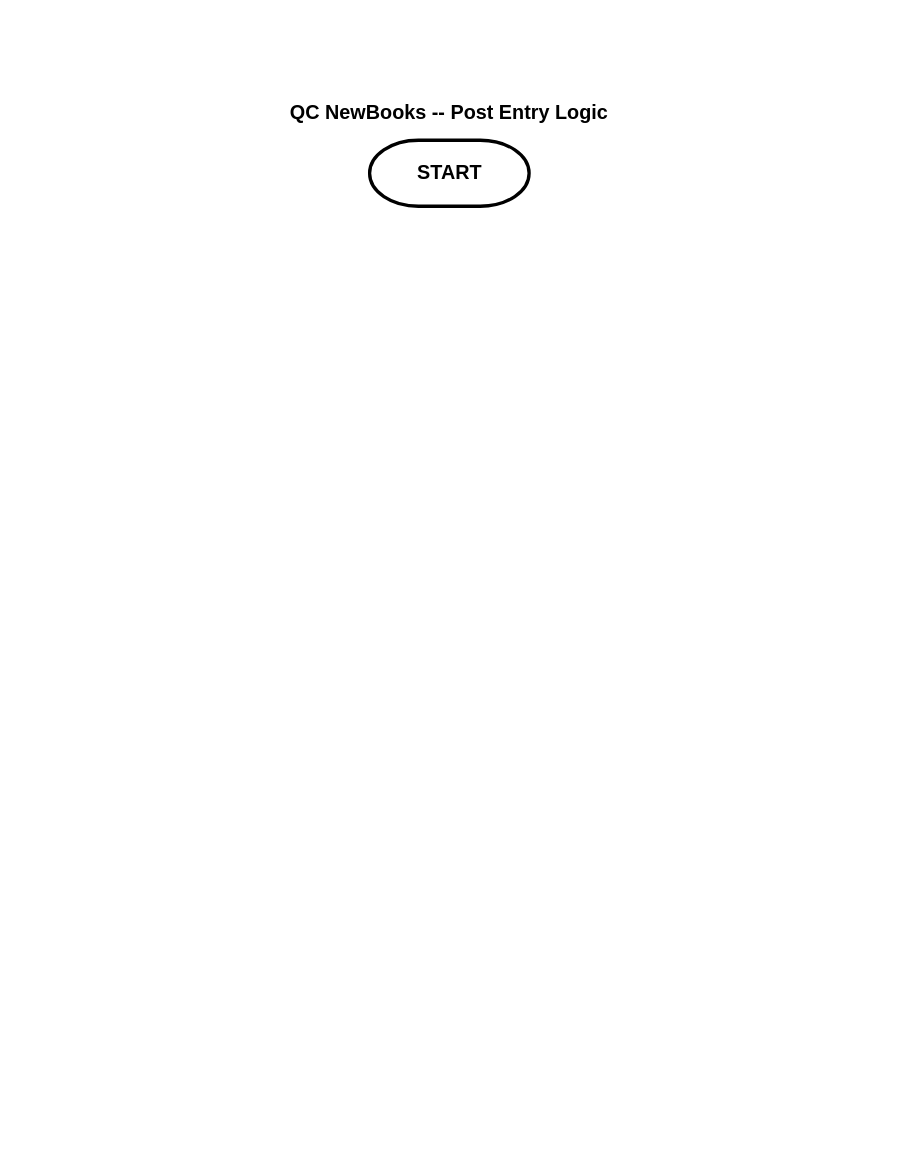
Earlier version of the draw.io diagram page "Part A - Flowchart" (1 of 2) of QC_NewBooks_Diagrams.drawio (Jen793/Practice). Source tidied: cells renumbered, new cells numbered last; positions are measured from the earlier drawing's top-left corner, leaving out a move shared by most shapes. Both pictures are drawn from the tidied source at 110%, with x=0, y=0 at pixel (185, 96).
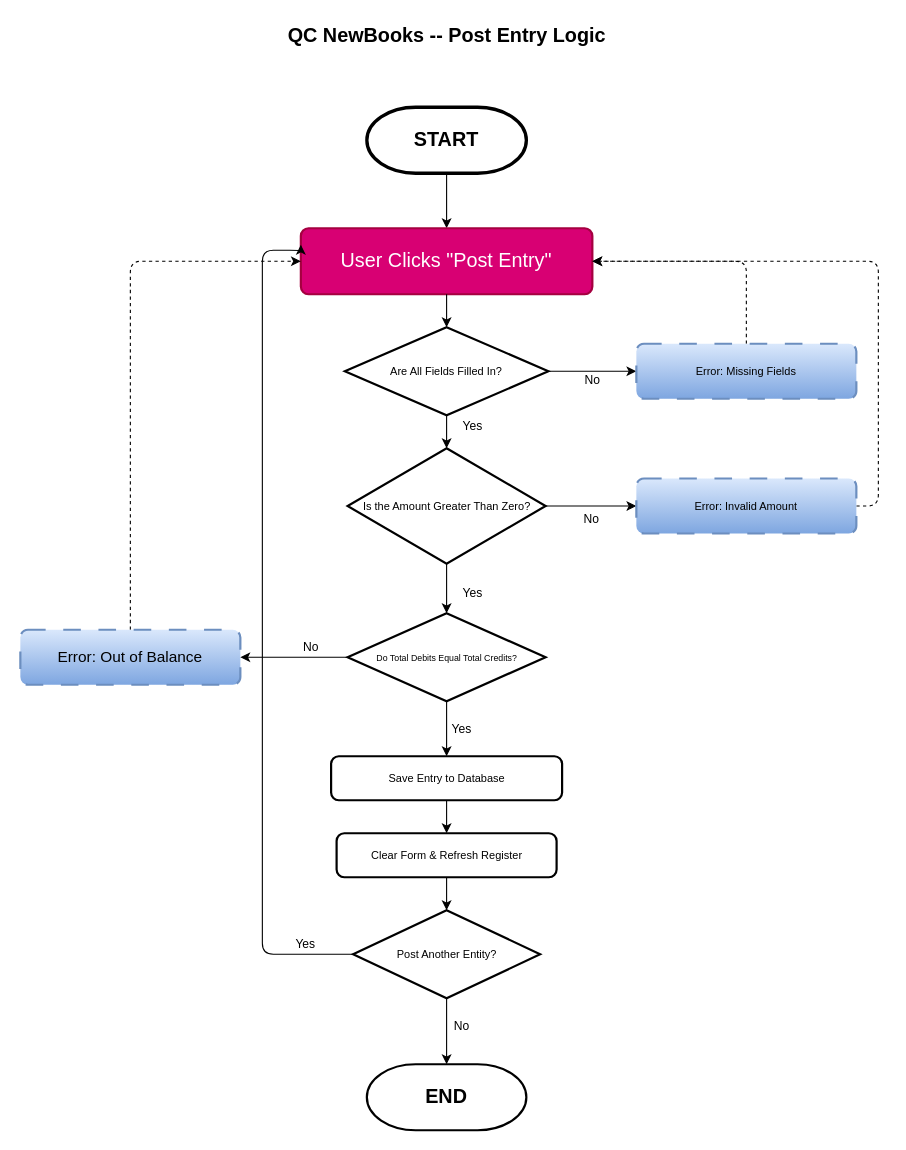
The same page after the edit.

What changed in the source:
```diff
@@
     <mxCell id="2" value="&lt;b&gt;&lt;font style=&quot;font-size: 18px;&quot;&gt;QC NewBooks -- Post Entry Logic&lt;/font&gt;&lt;/b&gt;" style="text;html=1;whiteSpace=wrap;strokeColor=none;fillColor=none;align=center;verticalAlign=middle;rounded=0;" parent="1" vertex="1">
-      <mxGeometry width="480" height="30" as="geometry" />
+      <mxGeometry x="-2.5" y="-70" width="480" height="30" as="geometry" />
     </mxCell>
+    <mxCell id="4" style="edgeStyle=orthogonalEdgeStyle;rounded=0;jettySize=auto;html=1;exitX=0.5;exitY=1;exitDx=0;exitDy=0;exitPerimeter=0;entryX=0.5;entryY=0;entryDx=0;entryDy=0;" parent="1" edge="1" source="3" target="5">
+      <mxGeometry relative="1" as="geometry" />
+    </mxCell>
     <mxCell id="3" value="&lt;b&gt;&lt;font style=&quot;font-size: 18px;&quot;&gt;START&lt;/font&gt;&lt;/b&gt;" style="strokeWidth=3;html=1;shape=mxgraph.flowchart.terminator;whiteSpace=wrap;strokeColor=default;" parent="1" vertex="1">
-      <mxGeometry x="167.5" y="40" width="145" height="60" as="geometry" />
+      <mxGeometry x="165" y="10" width="145" height="60" as="geometry" />
     </mxCell>
+    <mxCell id="5" value="&lt;font style=&quot;font-size: 18px;&quot;&gt;User Clicks &quot;Post Entry&quot;&lt;/font&gt;" style="rounded=1;whiteSpace=wrap;html=1;absoluteArcSize=1;arcSize=14;strokeWidth=2;fillColor=#d80073;fontColor=#ffffff;strokeColor=#A50040;" parent="1" vertex="1">
+      <mxGeometry x="105" y="120" width="265" height="60" as="geometry" />
+    </mxCell>
+    <mxCell id="6" style="edgeStyle=orthogonalEdgeStyle;rounded=0;jettySize=auto;html=1;exitX=1;exitY=0.5;exitDx=0;exitDy=0;exitPerimeter=0;entryX=0;entryY=0.5;entryDx=0;entryDy=0;" parent="1" edge="1" source="8" target="10">
+      <mxGeometry relative="1" as="geometry" />
+    </mxCell>
+    <mxCell id="7" value="No" style="edgeLabel;html=1;align=center;verticalAlign=middle;" parent="6" vertex="1">
+      <mxGeometry x="0.18" y="3" relative="1" as="geometry">
+        <mxPoint x="-8" y="10" as="offset" />
+      </mxGeometry>
+    </mxCell>
+    <mxCell id="8" value="&lt;font style=&quot;font-size: 10px; background-color: light-dark(#ffffff, var(--ge-dark-color, #121212));&quot;&gt;Are All Fields Filled In?&lt;/font&gt;" style="strokeWidth=2;html=1;shape=mxgraph.flowchart.decision;whiteSpace=wrap;" parent="1" vertex="1">
+      <mxGeometry x="145" y="210" width="185" height="80" as="geometry" />
+    </mxCell>
+    <mxCell id="9" style="edgeStyle=orthogonalEdgeStyle;rounded=1;jettySize=auto;html=1;exitX=0.5;exitY=0;exitDx=0;exitDy=0;entryX=1;entryY=0.5;entryDx=0;entryDy=0;dashed=1;curved=0;" parent="1" edge="1" source="10" target="5">
+      <mxGeometry relative="1" as="geometry" />
+    </mxCell>
+    <mxCell id="10" value="&lt;font style=&quot;font-size: 10px;&quot;&gt;Error: Missing Fields&lt;/font&gt;" style="rounded=1;whiteSpace=wrap;html=1;absoluteArcSize=1;arcSize=14;strokeWidth=2;dashed=1;dashPattern=8 8;fillColor=#dae8fc;strokeColor=#6c8ebf;gradientColor=#7ea6e0;" parent="1" vertex="1">
+      <mxGeometry x="410" y="225" width="200" height="50" as="geometry" />
+    </mxCell>
+    <mxCell id="11" style="edgeStyle=orthogonalEdgeStyle;rounded=0;jettySize=auto;html=1;exitX=1;exitY=0.5;exitDx=0;exitDy=0;exitPerimeter=0;entryX=0;entryY=0.5;entryDx=0;entryDy=0;" parent="1" edge="1" source="13" target="15">
+      <mxGeometry relative="1" as="geometry" />
+    </mxCell>
+    <mxCell id="12" value="No" style="edgeLabel;html=1;align=center;verticalAlign=middle;" parent="11" vertex="1">
+      <mxGeometry x="-0.19" y="2" relative="1" as="geometry">
+        <mxPoint x="8" y="13" as="offset" />
+      </mxGeometry>
+    </mxCell>
+    <mxCell id="13" value="&lt;p&gt;&lt;span style=&quot;background-color: transparent; color: light-dark(rgb(0, 0, 0), rgb(255, 255, 255));&quot;&gt;&lt;font style=&quot;font-size: 10px;&quot;&gt;Is the Amount Greater Than Zero?&lt;/font&gt;&lt;/span&gt;&lt;/p&gt;" style="strokeWidth=2;html=1;shape=mxgraph.flowchart.decision;whiteSpace=wrap;align=center;" parent="1" vertex="1">
+      <mxGeometry x="147.5" y="320" width="180" height="105" as="geometry" />
+    </mxCell>
+    <mxCell id="14" style="edgeStyle=orthogonalEdgeStyle;rounded=1;jettySize=auto;html=1;exitX=1;exitY=0.5;exitDx=0;exitDy=0;entryX=1;entryY=0.5;entryDx=0;entryDy=0;dashed=1;curved=0;" parent="1" edge="1" source="15" target="5">
+      <mxGeometry relative="1" as="geometry" />
+    </mxCell>
+    <mxCell id="15" value="&lt;font style=&quot;font-size: 10px;&quot;&gt;Error: Invalid Amount&lt;/font&gt;" style="rounded=1;whiteSpace=wrap;html=1;absoluteArcSize=1;arcSize=14;strokeWidth=2;fillColor=#dae8fc;gradientColor=#7ea6e0;strokeColor=#6c8ebf;dashed=1;dashPattern=8 8;" parent="1" vertex="1">
+      <mxGeometry x="410" y="347.5" width="200" height="50" as="geometry" />
+    </mxCell>
+    <mxCell id="16" style="edgeStyle=orthogonalEdgeStyle;rounded=0;jettySize=auto;html=1;exitX=0.5;exitY=1;exitDx=0;exitDy=0;entryX=0.5;entryY=0;entryDx=0;entryDy=0;entryPerimeter=0;" parent="1" edge="1" source="5" target="8">
+      <mxGeometry relative="1" as="geometry" />
+    </mxCell>
+    <mxCell id="17" style="edgeStyle=orthogonalEdgeStyle;rounded=1;jettySize=auto;html=1;exitX=0.5;exitY=0;exitDx=0;exitDy=0;entryX=0;entryY=0.5;entryDx=0;entryDy=0;dashed=1;curved=0;" parent="1" edge="1" source="18" target="5">
+      <mxGeometry relative="1" as="geometry" />
+    </mxCell>
+    <mxCell id="18" value="&lt;font style=&quot;font-size: 14px;&quot;&gt;Error: Out of Balance&lt;/font&gt;" style="rounded=1;whiteSpace=wrap;html=1;absoluteArcSize=1;arcSize=14;strokeWidth=2;dashed=1;dashPattern=8 8;fillColor=#dae8fc;strokeColor=#6c8ebf;gradientColor=#7ea6e0;" parent="1" vertex="1">
+      <mxGeometry x="-150" y="485" width="200" height="50" as="geometry" />
+    </mxCell>
+    <mxCell id="19" style="edgeStyle=orthogonalEdgeStyle;rounded=0;jettySize=auto;html=1;exitX=0.5;exitY=1;exitDx=0;exitDy=0;entryX=0.5;entryY=0;entryDx=0;entryDy=0;" parent="1" edge="1" source="20" target="21">
+      <mxGeometry relative="1" as="geometry" />
+    </mxCell>
+    <mxCell id="20" value="&lt;font style=&quot;font-size: 10px;&quot;&gt;Save Entry to Database&lt;/font&gt;" style="rounded=1;whiteSpace=wrap;html=1;absoluteArcSize=1;arcSize=14;strokeWidth=2;" parent="1" vertex="1">
+      <mxGeometry x="132.5" y="600" width="210" height="40" as="geometry" />
+    </mxCell>
+    <mxCell id="21" value="&lt;font style=&quot;font-size: 10px;&quot;&gt;Clear Form &amp;amp; Refresh Register&lt;/font&gt;" style="rounded=1;whiteSpace=wrap;html=1;absoluteArcSize=1;arcSize=14;strokeWidth=2;" parent="1" vertex="1">
+      <mxGeometry x="137.5" y="670" width="200" height="40" as="geometry" />
+    </mxCell>
+    <mxCell id="22" style="edgeStyle=orthogonalEdgeStyle;rounded=0;jettySize=auto;html=1;exitX=0.5;exitY=1;exitDx=0;exitDy=0;exitPerimeter=0;entryX=0.5;entryY=0;entryDx=0;entryDy=0;entryPerimeter=0;" parent="1" edge="1" source="8" target="13">
+      <mxGeometry relative="1" as="geometry" />
+    </mxCell>
+    <mxCell id="23" value="Yes" style="edgeLabel;html=1;align=center;verticalAlign=middle;" parent="22" vertex="1">
+      <mxGeometry x="-0.2" relative="1" as="geometry">
+        <mxPoint x="23" y="-3" as="offset" />
+      </mxGeometry>
+    </mxCell>
+    <mxCell id="24" style="edgeStyle=orthogonalEdgeStyle;rounded=0;jettySize=auto;html=1;exitX=0.5;exitY=1;exitDx=0;exitDy=0;exitPerimeter=0;entryX=0.5;entryY=0;entryDx=0;entryDy=0;" parent="1" edge="1" source="28" target="20">
+      <mxGeometry relative="1" as="geometry" />
+    </mxCell>
+    <mxCell id="25" value="Yes" style="edgeLabel;html=1;align=center;verticalAlign=middle;" parent="24" vertex="1">
+      <mxGeometry x="-0.03" y="-1" relative="1" as="geometry">
+        <mxPoint x="14" as="offset" />
+      </mxGeometry>
+    </mxCell>
+    <mxCell id="26" style="edgeStyle=orthogonalEdgeStyle;rounded=0;jettySize=auto;html=1;exitX=0;exitY=0.5;exitDx=0;exitDy=0;exitPerimeter=0;entryX=1;entryY=0.5;entryDx=0;entryDy=0;" parent="1" edge="1" source="28" target="18">
+      <mxGeometry relative="1" as="geometry" />
+    </mxCell>
+    <mxCell id="27" value="No" style="edgeLabel;html=1;align=center;verticalAlign=middle;" parent="26" vertex="1">
+      <mxGeometry x="-0.29" y="-7" relative="1" as="geometry">
+        <mxPoint x="1" y="-3" as="offset" />
+      </mxGeometry>
+    </mxCell>
+    <mxCell id="28" value="&lt;p&gt;&lt;span style=&quot;font-size: 8px;&quot;&gt;Do Total Debits Equal Total Credits?&lt;/span&gt;&lt;/p&gt;" style="strokeWidth=2;html=1;shape=mxgraph.flowchart.decision;whiteSpace=wrap;align=center;" parent="1" vertex="1">
+      <mxGeometry x="147.5" y="470" width="180" height="80" as="geometry" />
+    </mxCell>
+    <mxCell id="29" style="edgeStyle=orthogonalEdgeStyle;rounded=0;jettySize=auto;html=1;exitX=0.5;exitY=1;exitDx=0;exitDy=0;exitPerimeter=0;entryX=0.5;entryY=0;entryDx=0;entryDy=0;entryPerimeter=0;" parent="1" edge="1" source="13" target="28">
+      <mxGeometry relative="1" as="geometry" />
+    </mxCell>
+    <mxCell id="30" value="Yes" style="edgeLabel;html=1;align=center;verticalAlign=middle;" parent="29" vertex="1">
+      <mxGeometry x="-0.52" relative="1" as="geometry">
+        <mxPoint x="23" y="15" as="offset" />
+      </mxGeometry>
+    </mxCell>
+    <mxCell id="31" style="edgeStyle=orthogonalEdgeStyle;rounded=1;jettySize=auto;html=1;exitX=0;exitY=0.5;exitDx=0;exitDy=0;exitPerimeter=0;entryX=0;entryY=0.25;entryDx=0;entryDy=0;curved=0;" parent="1" edge="1" target="5">
+      <mxGeometry relative="1" as="geometry">
+        <mxPoint x="170" y="780" as="sourcePoint" />
+        <Array as="points">
+          <mxPoint x="70" y="780" />
+          <mxPoint x="70" y="140" />
+          <mxPoint x="105" y="140" />
+        </Array>
+      </mxGeometry>
+    </mxCell>
+    <mxCell id="32" value="Yes" style="edgeLabel;html=1;align=center;verticalAlign=middle;" parent="31" vertex="1">
+      <mxGeometry x="-0.87" y="-4" relative="1" as="geometry">
+        <mxPoint x="-11" y="-6" as="offset" />
+      </mxGeometry>
+    </mxCell>
+    <mxCell id="33" value="&lt;font style=&quot;font-size: 10px;&quot;&gt;Post Another Entity?&lt;/font&gt;" style="strokeWidth=2;html=1;shape=mxgraph.flowchart.decision;whiteSpace=wrap;" parent="1" vertex="1">
+      <mxGeometry x="152.5" y="740" width="170" height="80" as="geometry" />
+    </mxCell>
+    <mxCell id="34" style="edgeStyle=orthogonalEdgeStyle;rounded=0;jettySize=auto;html=1;exitX=0.5;exitY=1;exitDx=0;exitDy=0;entryX=0.5;entryY=0;entryDx=0;entryDy=0;entryPerimeter=0;" parent="1" edge="1" source="21" target="33">
+      <mxGeometry relative="1" as="geometry" />
+    </mxCell>
+    <mxCell id="35" value="&lt;b&gt;&lt;font style=&quot;font-size: 18px;&quot;&gt;END&lt;/font&gt;&lt;/b&gt;" style="strokeWidth=2;html=1;shape=mxgraph.flowchart.terminator;whiteSpace=wrap;" parent="1" vertex="1">
+      <mxGeometry x="165" y="880" width="145" height="60" as="geometry" />
+    </mxCell>
+    <mxCell id="36" style="edgeStyle=orthogonalEdgeStyle;rounded=0;jettySize=auto;html=1;exitX=0.5;exitY=1;exitDx=0;exitDy=0;exitPerimeter=0;entryX=0.5;entryY=0;entryDx=0;entryDy=0;entryPerimeter=0;" parent="1" edge="1" source="33" target="35">
+      <mxGeometry relative="1" as="geometry" />
+    </mxCell>
+    <mxCell id="37" value="No&lt;div&gt;&lt;br&gt;&lt;/div&gt;" style="edgeLabel;html=1;align=center;verticalAlign=middle;" parent="36" vertex="1">
+      <mxGeometry x="0.13" y="3" relative="1" as="geometry">
+        <mxPoint x="10" y="-3" as="offset" />
+      </mxGeometry>
+    </mxCell>
```
